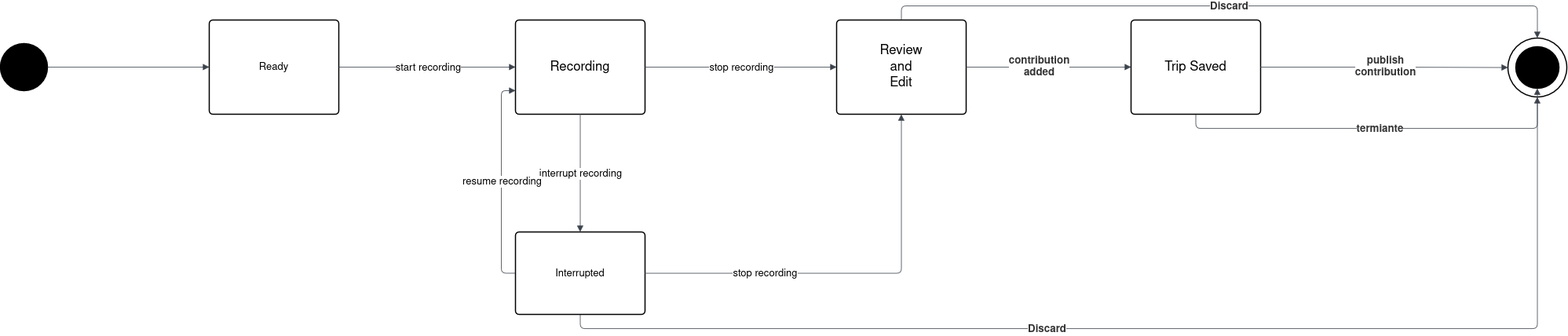
The draw.io diagram RASD/Version1.0/images/automatic_trip_state_diagram.png in Francesco2035/RavelliRausaPoggi, before a commit. Source tidied: cells renumbered, new cells last; positions are measured from the earlier drawing's top-left corner, leaving out a move shared by most shapes.
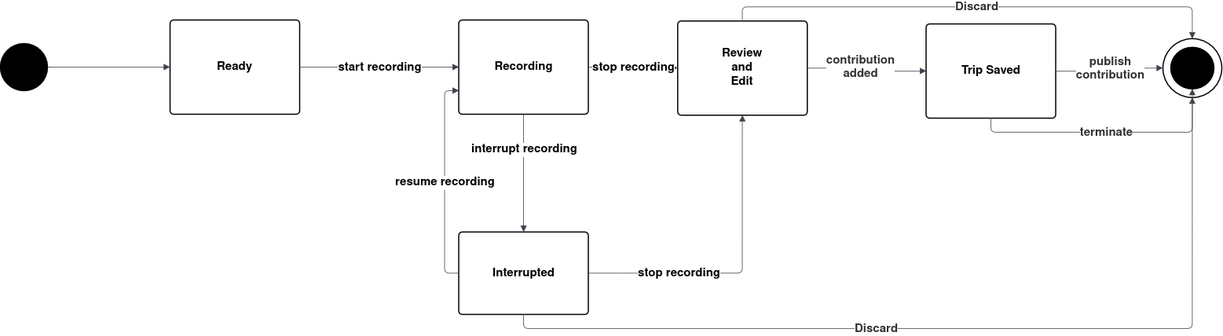
After the change.

What changed in the source:
```diff
@@ -2,91 +2,93 @@
   <root>
     <mxCell id="0" />
     <mxCell id="1" parent="0" />
-    <mxCell id="2" style="html=1;overflow=block;blockSpacing=1;whiteSpace=wrap;ellipse;fontSize=13;spacing=3.8;strokeOpacity=100;fillOpacity=100;rounded=1;absoluteArcSize=1;arcSize=9;fillColor=#ffffff;strokeWidth=1.5;lucidId=2bF_MlpOQdCv;" parent="1" vertex="1">
-      <mxGeometry x="1920" y="23" width="75" height="75" as="geometry" />
+    <mxCell id="2" style="html=1;overflow=block;blockSpacing=1;whiteSpace=wrap;ellipse;fontSize=15;spacing=3.8;strokeOpacity=100;fillOpacity=100;rounded=1;absoluteArcSize=1;arcSize=9;fillColor=#ffffff;strokeWidth=1.5;lucidId=2bF_MlpOQdCv;fontStyle=1;" parent="1" vertex="1">
+      <mxGeometry x="1530" y="23.6" width="75" height="75" as="geometry" />
     </mxCell>
-    <mxCell id="3" style="html=1;overflow=block;blockSpacing=1;whiteSpace=wrap;ellipse;fontSize=13;spacing=3.8;strokeOpacity=100;fillOpacity=100;rounded=1;absoluteArcSize=1;arcSize=9;fillColor=#000000;strokeWidth=1.5;lucidId=2bF_9Gyqg-M4;" parent="1" vertex="1">
-      <mxGeometry x="1930" y="34" width="55" height="53" as="geometry" />
+    <mxCell id="3" style="html=1;overflow=block;blockSpacing=1;whiteSpace=wrap;ellipse;fontSize=15;spacing=3.8;strokeOpacity=100;fillOpacity=100;rounded=1;absoluteArcSize=1;arcSize=9;fillColor=#000000;strokeWidth=1.5;lucidId=2bF_9Gyqg-M4;fontStyle=1;" parent="1" vertex="1">
+      <mxGeometry x="1540" y="34.6" width="55" height="53" as="geometry" />
     </mxCell>
-    <mxCell id="4" style="html=1;overflow=block;blockSpacing=1;whiteSpace=wrap;ellipse;fontSize=13;spacing=3.8;strokeOpacity=100;fillOpacity=100;rounded=1;absoluteArcSize=1;arcSize=9;fillColor=#000000;strokeWidth=1.5;lucidId=2bF_s20fSf._;" parent="1" vertex="1">
-      <mxGeometry y="30" width="60" height="60" as="geometry" />
+    <mxCell id="4" style="html=1;overflow=block;blockSpacing=1;whiteSpace=wrap;ellipse;fontSize=15;spacing=3.8;strokeOpacity=100;fillOpacity=100;rounded=1;absoluteArcSize=1;arcSize=9;fillColor=#000000;strokeWidth=1.5;lucidId=2bF_s20fSf._;fontStyle=1;" parent="1" vertex="1">
+      <mxGeometry x="50" y="30" width="60" height="60" as="geometry" />
     </mxCell>
-    <mxCell id="5" value="Ready" style="html=1;overflow=block;blockSpacing=1;whiteSpace=wrap;fontSize=13;spacing=3.8;strokeOpacity=100;fillOpacity=100;rounded=1;absoluteArcSize=1;arcSize=9;fillColor=#ffffff;strokeWidth=1.5;lucidId=2bF_0ZaMZJN2;" parent="1" vertex="1">
+    <mxCell id="5" value="Ready" style="html=1;overflow=block;blockSpacing=1;whiteSpace=wrap;fontSize=15;spacing=3.8;strokeOpacity=100;fillOpacity=100;rounded=1;absoluteArcSize=1;arcSize=9;fillColor=#ffffff;strokeWidth=1.5;lucidId=2bF_0ZaMZJN2;fontStyle=1;" parent="1" vertex="1">
       <mxGeometry x="266" width="165" height="120" as="geometry" />
     </mxCell>
-    <mxCell id="6" value="Recording" style="html=1;overflow=block;blockSpacing=1;whiteSpace=wrap;fontSize=16.7;spacing=3.8;strokeOpacity=100;fillOpacity=100;rounded=1;absoluteArcSize=1;arcSize=9;fillColor=#ffffff;strokeWidth=1.5;lucidId=2bF_.aUVt9dU;" parent="1" vertex="1">
-      <mxGeometry x="656" width="165" height="120" as="geometry" />
+    <mxCell id="6" value="Recording" style="html=1;overflow=block;blockSpacing=1;whiteSpace=wrap;fontSize=15;spacing=3.8;strokeOpacity=100;fillOpacity=100;rounded=1;absoluteArcSize=1;arcSize=9;fillColor=#ffffff;strokeWidth=1.5;lucidId=2bF_.aUVt9dU;fontStyle=1;" parent="1" vertex="1">
+      <mxGeometry x="633.6" width="165" height="120" as="geometry" />
     </mxCell>
-    <mxCell id="7" style="html=1;jettySize=18;whiteSpace=wrap;fontSize=13;strokeColor=#3a414a;strokeOpacity=100;strokeWidth=0.8;rounded=1;arcSize=12;edgeStyle=orthogonalEdgeStyle;startArrow=none;endArrow=block;endFill=1;exitX=1;exitY=0.5;exitPerimeter=0;entryX=0;entryY=0.5;entryPerimeter=0;lucidId=2bF_AFAtPO50;" parent="1" edge="1" source="5" target="6">
+    <mxCell id="7" style="html=1;jettySize=18;whiteSpace=wrap;fontSize=15;strokeColor=#3a414a;strokeOpacity=100;strokeWidth=0.8;rounded=1;arcSize=12;edgeStyle=orthogonalEdgeStyle;startArrow=none;endArrow=block;endFill=1;exitX=1;exitY=0.5;exitPerimeter=0;entryX=0;entryY=0.5;entryPerimeter=0;lucidId=2bF_AFAtPO50;fontStyle=1;" parent="1" edge="1" source="5" target="6">
       <mxGeometry relative="1" as="geometry" />
     </mxCell>
-    <mxCell id="8" value="start recording" style="text;html=1;labelBackgroundColor=default;align=center;verticalAlign=middle;fontSize=13;" parent="7" vertex="1">
+    <mxCell id="8" value="start recording" style="text;html=1;labelBackgroundColor=default;align=center;verticalAlign=middle;fontSize=15;fontStyle=1;" parent="7" vertex="1">
       <mxGeometry relative="1" as="geometry" />
     </mxCell>
-    <mxCell id="9" value="Interrupted" style="html=1;overflow=block;blockSpacing=1;whiteSpace=wrap;fontSize=13;spacing=3.8;strokeOpacity=100;fillOpacity=100;rounded=1;absoluteArcSize=1;arcSize=9;fillColor=#ffffff;strokeWidth=1.5;lucidId=2bF_IGukRhhr;" parent="1" vertex="1">
-      <mxGeometry x="656" y="270" width="165" height="105" as="geometry" />
+    <mxCell id="9" value="Interrupted" style="html=1;overflow=block;blockSpacing=1;whiteSpace=wrap;fontSize=15;spacing=3.8;strokeOpacity=100;fillOpacity=100;rounded=1;absoluteArcSize=1;arcSize=9;fillColor=#ffffff;strokeWidth=1.5;lucidId=2bF_IGukRhhr;fontStyle=1;" parent="1" vertex="1">
+      <mxGeometry x="633.6" y="270" width="165" height="105" as="geometry" />
     </mxCell>
-    <mxCell id="10" style="html=1;jettySize=18;whiteSpace=wrap;fontSize=13;strokeColor=#3a414a;strokeOpacity=100;strokeWidth=0.8;rounded=1;arcSize=12;edgeStyle=orthogonalEdgeStyle;startArrow=none;endArrow=block;endFill=1;exitX=1;exitY=0.5;exitPerimeter=0;entryX=0;entryY=0.5;entryPerimeter=0;lucidId=2bF_sPUqNFvq;" parent="1" edge="1" source="4" target="5">
+    <mxCell id="10" style="html=1;jettySize=18;whiteSpace=wrap;fontSize=15;strokeColor=#3a414a;strokeOpacity=100;strokeWidth=0.8;rounded=1;arcSize=12;edgeStyle=orthogonalEdgeStyle;startArrow=none;endArrow=block;endFill=1;exitX=1;exitY=0.5;exitPerimeter=0;entryX=0;entryY=0.5;entryPerimeter=0;lucidId=2bF_sPUqNFvq;fontStyle=1;" parent="1" edge="1" source="4" target="5">
       <mxGeometry relative="1" as="geometry" />
     </mxCell>
-    <mxCell id="11" value="Review&lt;br&gt;and&lt;br&gt;Edit" style="html=1;overflow=block;blockSpacing=1;whiteSpace=wrap;fontSize=16.7;spacing=3.8;strokeOpacity=100;fillOpacity=100;rounded=1;absoluteArcSize=1;arcSize=9;fillColor=#ffffff;strokeWidth=1.5;lucidId=_7F_Zkllp5xf;" parent="1" vertex="1">
-      <mxGeometry x="1065" width="165" height="120" as="geometry" />
+    <mxCell id="11" value="Review&lt;br&gt;and&lt;br&gt;Edit" style="html=1;overflow=block;blockSpacing=1;whiteSpace=wrap;fontSize=15;spacing=3.8;strokeOpacity=100;fillOpacity=100;rounded=1;absoluteArcSize=1;arcSize=9;fillColor=#ffffff;strokeWidth=1.5;lucidId=_7F_Zkllp5xf;fontStyle=1;" parent="1" vertex="1">
+      <mxGeometry x="912.1" y="1.1" width="165" height="120" as="geometry" />
     </mxCell>
-    <mxCell id="12" style="html=1;jettySize=18;whiteSpace=wrap;fontSize=13;strokeColor=#3a414a;strokeOpacity=100;strokeWidth=0.8;rounded=1;arcSize=12;edgeStyle=orthogonalEdgeStyle;startArrow=none;endArrow=block;endFill=1;exitX=0.5;exitY=1;exitPerimeter=0;entryX=0.5;entryY=0;entryPerimeter=0;lucidId=A9F_h5z2PHzG;" parent="1" edge="1" source="6" target="9">
+    <mxCell id="12" style="html=1;jettySize=18;whiteSpace=wrap;fontSize=15;strokeColor=#3a414a;strokeOpacity=100;strokeWidth=0.8;rounded=1;arcSize=12;edgeStyle=orthogonalEdgeStyle;startArrow=none;endArrow=block;endFill=1;exitX=0.5;exitY=1;exitPerimeter=0;entryX=0.5;entryY=0;entryPerimeter=0;lucidId=A9F_h5z2PHzG;fontStyle=1;" parent="1" edge="1" source="6" target="9">
       <mxGeometry relative="1" as="geometry" />
     </mxCell>
-    <mxCell id="13" value="interrupt recording" style="text;html=1;labelBackgroundColor=default;align=center;verticalAlign=middle;fontSize=13;" parent="12" vertex="1">
-      <mxGeometry relative="1" as="geometry" />
+    <mxCell id="13" value="interrupt recording" style="text;html=1;labelBackgroundColor=default;align=center;verticalAlign=middle;fontSize=15;fontStyle=1;" parent="12" vertex="1">
+      <mxGeometry relative="1" as="geometry">
+        <mxPoint y="-31" as="offset" />
+      </mxGeometry>
     </mxCell>
-    <mxCell id="14" style="html=1;jettySize=18;whiteSpace=wrap;fontSize=13;strokeColor=#3a414a;strokeOpacity=100;strokeWidth=0.8;rounded=1;arcSize=12;edgeStyle=orthogonalEdgeStyle;startArrow=none;endArrow=block;endFill=1;exitX=0;exitY=0.5;exitPerimeter=0;entryX=0;entryY=0.75;entryPerimeter=0;lucidId=H9F_tVeESvgK;" parent="1" edge="1" source="9" target="6">
+    <mxCell id="14" style="html=1;jettySize=18;whiteSpace=wrap;fontSize=15;strokeColor=#3a414a;strokeOpacity=100;strokeWidth=0.8;rounded=1;arcSize=12;edgeStyle=orthogonalEdgeStyle;startArrow=none;endArrow=block;endFill=1;exitX=0;exitY=0.5;exitPerimeter=0;entryX=0;entryY=0.75;entryPerimeter=0;lucidId=H9F_tVeESvgK;fontStyle=1;" parent="1" edge="1" source="9" target="6">
       <mxGeometry relative="1" as="geometry" />
     </mxCell>
-    <mxCell id="15" value="resume recording" style="text;html=1;labelBackgroundColor=default;align=center;verticalAlign=middle;fontSize=13;" parent="14" vertex="1">
+    <mxCell id="15" value="resume recording" style="text;html=1;labelBackgroundColor=default;align=center;verticalAlign=middle;fontSize=15;fontStyle=1;" parent="14" vertex="1">
       <mxGeometry relative="1" as="geometry" />
     </mxCell>
-    <mxCell id="16" style="html=1;jettySize=18;whiteSpace=wrap;fontSize=13;strokeColor=#3a414a;strokeOpacity=100;strokeWidth=0.8;rounded=1;arcSize=12;edgeStyle=orthogonalEdgeStyle;startArrow=none;endArrow=block;endFill=1;exitX=1;exitY=0.5;exitPerimeter=0;entryX=0;entryY=0.5;entryPerimeter=0;lucidId=59F_fno.OUkl;" parent="1" edge="1" source="6" target="11">
+    <mxCell id="16" style="html=1;jettySize=18;whiteSpace=wrap;fontSize=15;strokeColor=#3a414a;strokeOpacity=100;strokeWidth=0.8;rounded=1;arcSize=12;edgeStyle=orthogonalEdgeStyle;startArrow=none;endArrow=block;endFill=1;exitX=1;exitY=0.5;exitPerimeter=0;entryX=0;entryY=0.5;entryPerimeter=0;lucidId=59F_fno.OUkl;fontStyle=1;" parent="1" edge="1" source="6" target="11">
       <mxGeometry relative="1" as="geometry" />
     </mxCell>
-    <mxCell id="17" value="stop recording" style="text;html=1;labelBackgroundColor=default;align=center;verticalAlign=middle;fontSize=13;" parent="16" vertex="1">
+    <mxCell id="17" value="stop recording" style="text;html=1;labelBackgroundColor=default;align=center;verticalAlign=middle;fontSize=15;fontStyle=1;" parent="16" vertex="1">
       <mxGeometry relative="1" as="geometry" />
     </mxCell>
-    <mxCell id="18" style="html=1;jettySize=18;whiteSpace=wrap;fontSize=13;strokeColor=#3a414a;strokeOpacity=100;strokeWidth=0.8;rounded=1;arcSize=12;edgeStyle=orthogonalEdgeStyle;startArrow=none;endArrow=block;endFill=1;exitX=1;exitY=0.5;exitPerimeter=0;entryX=0.5;entryY=1;entryPerimeter=0;lucidId=e-F_FGG.lbKZ;" parent="1" edge="1" source="9" target="11">
+    <mxCell id="18" style="html=1;jettySize=18;whiteSpace=wrap;fontSize=15;strokeColor=#3a414a;strokeOpacity=100;strokeWidth=0.8;rounded=1;arcSize=12;edgeStyle=orthogonalEdgeStyle;startArrow=none;endArrow=block;endFill=1;exitX=1;exitY=0.5;exitPerimeter=0;entryX=0.5;entryY=1;entryPerimeter=0;lucidId=e-F_FGG.lbKZ;fontStyle=1;" parent="1" edge="1" source="9" target="11">
       <mxGeometry relative="1" as="geometry" />
     </mxCell>
-    <mxCell id="19" value="stop recording" style="text;html=1;labelBackgroundColor=default;align=center;verticalAlign=middle;fontSize=13;" parent="18" vertex="1">
+    <mxCell id="19" value="stop recording" style="text;html=1;labelBackgroundColor=default;align=center;verticalAlign=middle;fontSize=15;fontStyle=1;" parent="18" vertex="1">
       <mxGeometry x="-0.43" relative="1" as="geometry" />
     </mxCell>
-    <mxCell id="20" style="html=1;jettySize=18;whiteSpace=wrap;fontSize=13;strokeColor=#3a414a;strokeOpacity=100;strokeWidth=0.8;rounded=1;arcSize=12;edgeStyle=orthogonalEdgeStyle;startArrow=none;endArrow=block;endFill=1;exitX=1;exitY=0.5;exitPerimeter=0;entryX=0;entryY=0.5;entryPerimeter=0;lucidId=B-F_F4iDZW.b;" parent="1" edge="1" source="11" target="22">
+    <mxCell id="20" style="html=1;jettySize=18;whiteSpace=wrap;fontSize=15;strokeColor=#3a414a;strokeOpacity=100;strokeWidth=0.8;rounded=1;arcSize=12;edgeStyle=orthogonalEdgeStyle;startArrow=none;endArrow=block;endFill=1;exitX=1;exitY=0.5;exitPerimeter=0;entryX=0;entryY=0.5;entryPerimeter=0;lucidId=B-F_F4iDZW.b;fontStyle=1;" parent="1" edge="1" source="11" target="22">
       <mxGeometry relative="1" as="geometry" />
     </mxCell>
-    <mxCell id="21" value="&lt;div style=&quot;display: flex; justify-content: center; text-align: center; align-items: baseline; font-size: 0; line-height: 1.25;margin-top: -2px;&quot;&gt;&lt;span&gt;&lt;span style=&quot;font-size:13.3px;color:#333333;font-weight: bold;&quot;&gt;contribution&#10;&lt;/span&gt;&lt;/span&gt;&lt;/div&gt;&lt;div style=&quot;display: flex; justify-content: center; text-align: center; align-items: baseline; font-size: 0; line-height: 1.25;margin-top: -2px;&quot;&gt;&lt;span&gt;&lt;span style=&quot;font-size:13.3px;color:#333333;font-weight: bold;&quot;&gt;added&lt;/span&gt;&lt;/span&gt;&lt;/div&gt;" style="text;html=1;labelBackgroundColor=default;align=center;verticalAlign=middle;" parent="20" vertex="1">
+    <mxCell id="21" value="&lt;div style=&quot;display: flex; justify-content: center; text-align: center; align-items: baseline; line-height: 1.25; margin-top: -2px;&quot;&gt;&lt;span&gt;&lt;span style=&quot;color: rgb(51, 51, 51);&quot;&gt;contribution&#10;&lt;/span&gt;&lt;/span&gt;&lt;/div&gt;&lt;div style=&quot;display: flex; justify-content: center; text-align: center; align-items: baseline; line-height: 1.25; margin-top: -2px;&quot;&gt;&lt;span&gt;&lt;span style=&quot;color: rgb(51, 51, 51);&quot;&gt;added&lt;/span&gt;&lt;/span&gt;&lt;/div&gt;" style="text;html=1;labelBackgroundColor=default;align=center;verticalAlign=middle;fontStyle=1;fontSize=15;" parent="20" vertex="1">
       <mxGeometry x="-0.13" relative="1" as="geometry" />
     </mxCell>
-    <mxCell id="22" value="Trip Saved" style="html=1;overflow=block;blockSpacing=1;whiteSpace=wrap;fontSize=16.7;spacing=3.8;strokeOpacity=100;fillOpacity=100;rounded=1;absoluteArcSize=1;arcSize=9;fillColor=#ffffff;strokeWidth=1.5;lucidId=B-F_Gg0MpQp2;" parent="1" vertex="1">
-      <mxGeometry x="1440" width="165" height="120" as="geometry" />
+    <mxCell id="22" value="Trip Saved" style="html=1;overflow=block;blockSpacing=1;whiteSpace=wrap;fontSize=15;spacing=3.8;strokeOpacity=100;fillOpacity=100;rounded=1;absoluteArcSize=1;arcSize=9;fillColor=#ffffff;strokeWidth=1.5;lucidId=B-F_Gg0MpQp2;fontStyle=1;" parent="1" vertex="1">
+      <mxGeometry x="1228.6" y="5" width="165" height="120" as="geometry" />
     </mxCell>
-    <mxCell id="23" style="html=1;jettySize=18;whiteSpace=wrap;overflow=block;blockSpacing=1;fontSize=13;strokeColor=#3a414a;strokeOpacity=100;strokeWidth=0.8;rounded=1;arcSize=12;edgeStyle=orthogonalEdgeStyle;startArrow=none;endArrow=block;endFill=1;exitX=0.5;exitY=1;exitPerimeter=0;entryX=0.5;entryY=1;entryPerimeter=0;lucidId=~-F_ug0Uw6s_;" parent="1" edge="1" source="9" target="2">
+    <mxCell id="23" style="html=1;jettySize=18;whiteSpace=wrap;overflow=block;blockSpacing=1;fontSize=15;strokeColor=#3a414a;strokeOpacity=100;strokeWidth=0.8;rounded=1;arcSize=12;edgeStyle=orthogonalEdgeStyle;startArrow=none;endArrow=block;endFill=1;exitX=0.5;exitY=1;exitPerimeter=0;entryX=0.5;entryY=1;entryPerimeter=0;lucidId=~-F_ug0Uw6s_;fontStyle=1;" parent="1" edge="1" source="9" target="2">
       <mxGeometry relative="1" as="geometry" />
     </mxCell>
-    <mxCell id="24" value="Discard" style="text;html=1;labelBackgroundColor=default;align=center;verticalAlign=middle;fontStyle=1;fontColor=#333333;fontSize=13.3;" parent="23" vertex="1">
+    <mxCell id="24" value="Discard" style="text;html=1;labelBackgroundColor=default;align=center;verticalAlign=middle;fontStyle=1;fontColor=#333333;fontSize=15;" parent="23" vertex="1">
       <mxGeometry x="-0.2" relative="1" as="geometry" />
     </mxCell>
-    <mxCell id="25" style="html=1;jettySize=18;whiteSpace=wrap;fontSize=13;strokeColor=#3a414a;strokeOpacity=100;strokeWidth=0.8;rounded=1;arcSize=12;edgeStyle=orthogonalEdgeStyle;startArrow=none;endArrow=block;endFill=1;exitX=0.5;exitY=0;exitPerimeter=0;entryX=0.5;entryY=0;entryPerimeter=0;lucidId=j_F_J9UDMjd8;" parent="1" edge="1" source="11" target="2">
+    <mxCell id="25" style="html=1;jettySize=18;whiteSpace=wrap;fontSize=15;strokeColor=#3a414a;strokeOpacity=100;strokeWidth=0.8;rounded=1;arcSize=12;edgeStyle=orthogonalEdgeStyle;startArrow=none;endArrow=block;endFill=1;exitX=0.5;exitY=0;exitPerimeter=0;entryX=0.5;entryY=0;entryPerimeter=0;lucidId=j_F_J9UDMjd8;fontStyle=1;" parent="1" edge="1" source="11" target="2">
       <mxGeometry relative="1" as="geometry" />
     </mxCell>
-    <mxCell id="26" value="Discard" style="text;html=1;labelBackgroundColor=default;align=center;verticalAlign=middle;fontStyle=1;fontColor=#333333;fontSize=13.3;" parent="25" vertex="1">
+    <mxCell id="26" value="Discard" style="text;html=1;labelBackgroundColor=default;align=center;verticalAlign=middle;fontStyle=1;fontColor=#333333;fontSize=15;" parent="25" vertex="1">
       <mxGeometry relative="1" as="geometry" />
     </mxCell>
-    <mxCell id="27" style="html=1;jettySize=18;whiteSpace=wrap;fontSize=13;strokeColor=#3a414a;strokeOpacity=100;strokeWidth=0.8;rounded=1;arcSize=12;edgeStyle=orthogonalEdgeStyle;startArrow=none;endArrow=block;endFill=1;exitX=1;exitY=0.5;exitPerimeter=0;entryX=0;entryY=0.5;lucidId=E.F_BdzrDZbd;entryDx=0;entryDy=0;" parent="1" edge="1" source="22" target="2">
+    <mxCell id="27" style="html=1;jettySize=18;whiteSpace=wrap;fontSize=15;strokeColor=#3a414a;strokeOpacity=100;strokeWidth=0.8;rounded=1;arcSize=12;edgeStyle=orthogonalEdgeStyle;startArrow=none;endArrow=block;endFill=1;exitX=1;exitY=0.5;exitPerimeter=0;entryX=0;entryY=0.5;lucidId=E.F_BdzrDZbd;entryDx=0;entryDy=0;fontStyle=1;" parent="1" edge="1" source="22" target="2">
       <mxGeometry relative="1" as="geometry" />
     </mxCell>
-    <mxCell id="28" value="&lt;div style=&quot;display: flex; justify-content: center; text-align: center; align-items: baseline; font-size: 0; line-height: 1.25;margin-top: -2px;&quot;&gt;&lt;span&gt;&lt;span style=&quot;font-size:13.3px;color:#333333;font-weight: bold;&quot;&gt;publish&#10;&lt;/span&gt;&lt;/span&gt;&lt;/div&gt;&lt;div style=&quot;display: flex; justify-content: center; text-align: center; align-items: baseline; font-size: 0; line-height: 1.25;margin-top: -2px;&quot;&gt;&lt;span&gt;&lt;span style=&quot;font-size:13.3px;color:#333333;font-weight: bold;&quot;&gt;contribution&lt;/span&gt;&lt;/span&gt;&lt;/div&gt;" style="text;html=1;labelBackgroundColor=default;align=center;verticalAlign=middle;" parent="27" vertex="1">
+    <mxCell id="28" value="&lt;div style=&quot;display: flex; justify-content: center; text-align: center; align-items: baseline; line-height: 1.25; margin-top: -2px;&quot;&gt;&lt;span&gt;&lt;span style=&quot;color: rgb(51, 51, 51);&quot;&gt;publish&#10;&lt;/span&gt;&lt;/span&gt;&lt;/div&gt;&lt;div style=&quot;display: flex; justify-content: center; text-align: center; align-items: baseline; line-height: 1.25; margin-top: -2px;&quot;&gt;&lt;span&gt;&lt;span style=&quot;color: rgb(51, 51, 51);&quot;&gt;contribution&lt;/span&gt;&lt;/span&gt;&lt;/div&gt;" style="text;html=1;labelBackgroundColor=default;align=center;verticalAlign=middle;fontStyle=1;fontSize=15;" parent="27" vertex="1">
       <mxGeometry relative="1" as="geometry" />
     </mxCell>
-    <mxCell id="29" style="html=1;jettySize=18;whiteSpace=wrap;fontSize=13;strokeColor=#3a414a;strokeOpacity=100;strokeWidth=0.8;rounded=1;arcSize=12;edgeStyle=orthogonalEdgeStyle;startArrow=none;endArrow=block;endFill=1;exitX=0.5;exitY=1;exitPerimeter=0;entryX=0.5;entryY=1;entryPerimeter=0;lucidId=8.F_.WKhzkRT;" parent="1" edge="1" source="22" target="3">
+    <mxCell id="29" style="html=1;jettySize=18;whiteSpace=wrap;fontSize=15;strokeColor=#3a414a;strokeOpacity=100;strokeWidth=0.8;rounded=1;arcSize=12;edgeStyle=orthogonalEdgeStyle;startArrow=none;endArrow=block;endFill=1;exitX=0.5;exitY=1;exitPerimeter=0;entryX=0.5;entryY=1;entryPerimeter=0;lucidId=8.F_.WKhzkRT;fontStyle=1;" parent="1" edge="1" source="22" target="3">
       <mxGeometry relative="1" as="geometry" />
     </mxCell>
-    <mxCell id="30" value="termiante" style="text;html=1;labelBackgroundColor=default;align=center;verticalAlign=middle;fontStyle=1;fontColor=#333333;fontSize=13.3;" parent="29" vertex="1">
+    <mxCell id="30" value="terminate" style="text;html=1;labelBackgroundColor=default;align=center;verticalAlign=middle;fontStyle=1;fontColor=#333333;fontSize=15;" parent="29" vertex="1">
       <mxGeometry relative="1" as="geometry" />
     </mxCell>
   </root>
```
